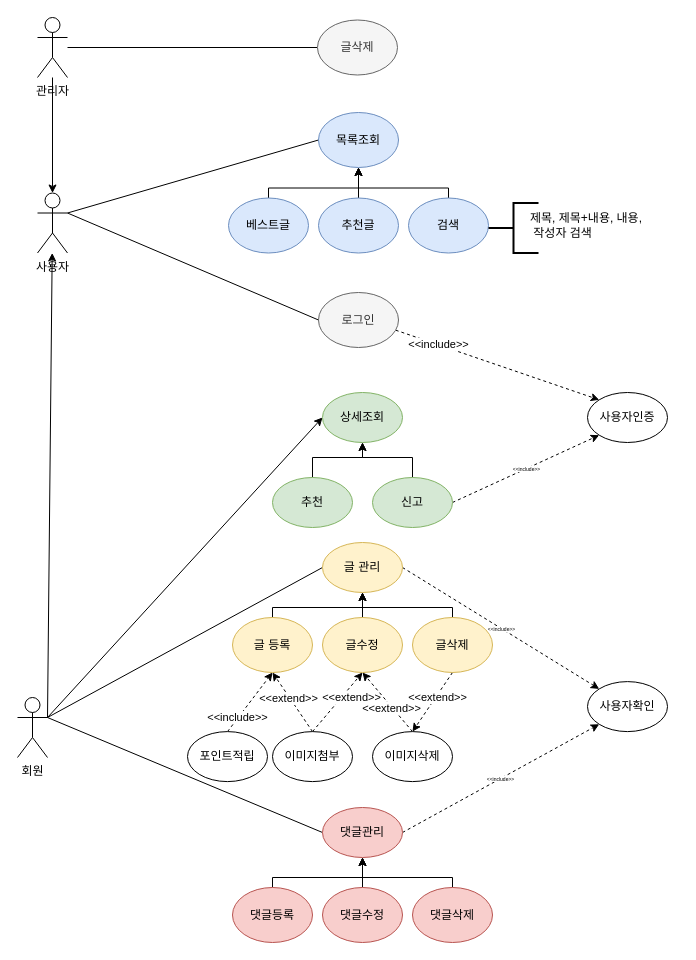
Above: 정보게시판.drawio in YoonSoen/homekok (draw.io), before the change. Source tidied: cells renumbered, new cells numbered last; positions are measured from the earlier drawing's top-left corner, leaving out a move shared by most shapes. Both pictures are drawn from the tidied source at 100%, with x=0, y=0 at pixel (17, 17).
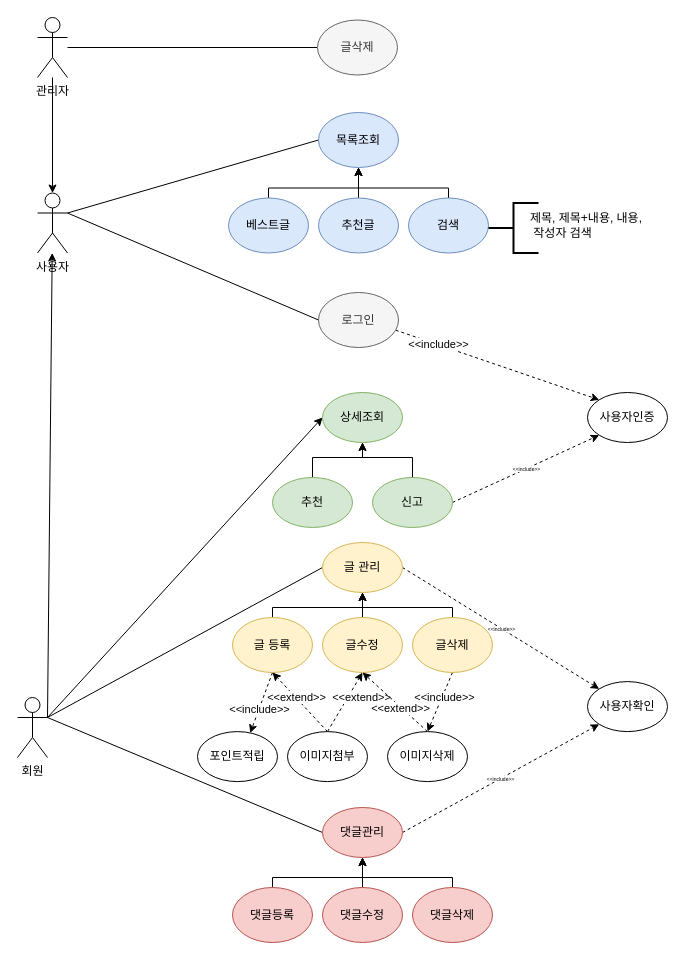
After the change.

Commit message:
정보게시판 Usecase 수정

The change refers to these unchanged cells:
```xml
<mxCell id="34" value="글 등록" style="ellipse;whiteSpace=wrap;html=1;fillColor=#fff2cc;strokeColor=#d6b656;" parent="1" vertex="1">
  <mxGeometry x="215" y="600" width="80" height="55" as="geometry" />
</mxCell>
<mxCell id="39" value="글삭제" style="ellipse;whiteSpace=wrap;html=1;fillColor=#fff2cc;strokeColor=#d6b656;" parent="1" vertex="1">
  <mxGeometry x="395" y="600" width="80" height="55" as="geometry" />
</mxCell>
<mxCell id="50" style="edgeStyle=none;rounded=0;jettySize=auto;html=1;exitX=0.5;exitY=0;exitDx=0;exitDy=0;entryX=0.5;entryY=1;entryDx=0;entryDy=0;dashed=1;" parent="1" edge="1" source="54" target="34">
  <mxGeometry relative="1" as="geometry" />
</mxCell>
<mxCell id="52" style="edgeStyle=none;rounded=0;jettySize=auto;html=1;exitX=0.5;exitY=0;exitDx=0;exitDy=0;entryX=0.5;entryY=1;entryDx=0;entryDy=0;dashed=1;" parent="1" edge="1" source="54" target="36">
  <mxGeometry relative="1" as="geometry" />
</mxCell>
<mxCell id="55" style="edgeStyle=none;rounded=0;jettySize=auto;html=1;exitX=0.5;exitY=0;exitDx=0;exitDy=0;entryX=0.5;entryY=1;entryDx=0;entryDy=0;dashed=1;" parent="1" edge="1" source="57" target="36">
  <mxGeometry relative="1" as="geometry" />
</mxCell>
```

The edit, as a diff of the source:
```diff
@@
-    <mxCell id="31" style="strokeWidth=2;html=1;shape=mxgraph.flowchart.annotation_2;align=left;labelPosition=right;" parent="1" vertex="1">
-      <mxGeometry x="471" y="185.5" width="50" height="50" as="geometry" />
-    </mxCell>
+    <mxCell id="60" style="strokeWidth=2;html=1;shape=mxgraph.flowchart.annotation_2;align=left;labelPosition=right;" parent="1" vertex="1">
+      <mxGeometry x="471" y="185.5" width="50" height="50" as="geometry" />
+    </mxCell>
@@
+    <mxCell id="61" style="rounded=0;jettySize=auto;html=1;exitX=0.5;exitY=1;exitDx=0;exitDy=0;entryX=0.659;entryY=0.027;entryDx=0;entryDy=0;entryPerimeter=0;dashed=1;" parent="1" edge="1" source="34" target="59">
+      <mxGeometry relative="1" as="geometry" />
+    </mxCell>
+    <mxCell id="62" value="&amp;lt;&amp;lt;include&amp;gt;&amp;gt;" style="edgeLabel;html=1;align=center;verticalAlign=middle;" parent="61" vertex="1">
+      <mxGeometry x="0.22" relative="1" as="geometry" />
+    </mxCell>
@@
-    <mxCell id="38" value="&amp;lt;&amp;lt;extend&amp;gt;&amp;gt;" style="edgeStyle=none;rounded=0;jettySize=auto;html=1;exitX=0.5;exitY=1;exitDx=0;exitDy=0;entryX=0.5;entryY=0;entryDx=0;entryDy=0;dashed=1;" parent="1" edge="1" source="39" target="57">
+    <mxCell id="38" value="&amp;lt;&amp;lt;include&amp;gt;&amp;gt;" style="edgeStyle=none;rounded=0;jettySize=auto;html=1;exitX=0.5;exitY=1;exitDx=0;exitDy=0;entryX=0.5;entryY=0;entryDx=0;entryDy=0;dashed=1;" parent="1" edge="1" source="39" target="57">
       <mxGeometry x="-0.18" y="2" relative="1" as="geometry" />
     </mxCell>
@@
-    <mxCell id="51" value="&amp;lt;&amp;lt;extend&amp;gt;&amp;gt;" style="edgeLabel;html=1;align=center;verticalAlign=middle;" parent="50" vertex="1">
-      <mxGeometry x="-0.12" relative="1" as="geometry">
-        <mxPoint x="-7" y="-8" as="offset" />
-      </mxGeometry>
-    </mxCell>
+    <mxCell id="63" value="&amp;lt;&amp;lt;extend&amp;gt;&amp;gt;" style="edgeLabel;html=1;align=center;verticalAlign=middle;" parent="50" vertex="1">
+      <mxGeometry x="-0.12" relative="1" as="geometry">
+        <mxPoint x="-7" y="-8" as="offset" />
+      </mxGeometry>
+    </mxCell>
@@
-    <mxCell id="53" value="&amp;lt;&amp;lt;extend&amp;gt;&amp;gt;" style="edgeLabel;html=1;align=center;verticalAlign=middle;" parent="52" vertex="1">
-      <mxGeometry x="-0.24" relative="1" as="geometry">
-        <mxPoint x="20" y="-12" as="offset" />
-      </mxGeometry>
-    </mxCell>
+    <mxCell id="64" value="&amp;lt;&amp;lt;extend&amp;gt;&amp;gt;" style="edgeLabel;html=1;align=center;verticalAlign=middle;" parent="52" vertex="1">
+      <mxGeometry x="-0.24" relative="1" as="geometry">
+        <mxPoint x="20" y="-12" as="offset" />
+      </mxGeometry>
+    </mxCell>
     <mxCell id="54" value="&lt;p&gt;이미지첨부&lt;/p&gt;" style="ellipse;whiteSpace=wrap;html=1;" parent="1" vertex="1">
-      <mxGeometry x="255" y="714.1" width="80" height="50" as="geometry" />
+      <mxGeometry x="270" y="714.1" width="80" height="50" as="geometry" />
     </mxCell>
@@
-    <mxCell id="56" value="&amp;lt;&amp;lt;extend&amp;gt;&amp;gt;" style="edgeLabel;html=1;align=center;verticalAlign=middle;" parent="55" vertex="1">
-      <mxGeometry x="-0.17" y="1" relative="1" as="geometry" />
-    </mxCell>
+    <mxCell id="65" value="&amp;lt;&amp;lt;extend&amp;gt;&amp;gt;" style="edgeLabel;html=1;align=center;verticalAlign=middle;" parent="55" vertex="1">
+      <mxGeometry x="-0.17" y="1" relative="1" as="geometry" />
+    </mxCell>
     <mxCell id="57" value="&lt;p&gt;이미지삭제&lt;/p&gt;" style="ellipse;whiteSpace=wrap;html=1;" parent="1" vertex="1">
-      <mxGeometry x="355" y="714.1" width="80" height="50" as="geometry" />
+      <mxGeometry x="370" y="714.1" width="80" height="50" as="geometry" />
     </mxCell>
-    <mxCell id="58" value="&amp;lt;&amp;lt;include&amp;gt;&amp;gt;" style="rounded=0;jettySize=auto;html=1;exitX=0.5;exitY=0;exitDx=0;exitDy=0;entryX=0.5;entryY=1;entryDx=0;entryDy=0;dashed=1;" parent="1" edge="1" source="59" target="34">
-      <mxGeometry x="-0.54" y="1" relative="1" as="geometry" />
-    </mxCell>
     <mxCell id="59" value="&lt;p&gt;포인트적립&lt;/p&gt;" style="ellipse;whiteSpace=wrap;html=1;" parent="1" vertex="1">
-      <mxGeometry x="170" y="714.1" width="80" height="50" as="geometry" />
+      <mxGeometry x="180" y="714.1" width="80" height="50" as="geometry" />
     </mxCell>
```
